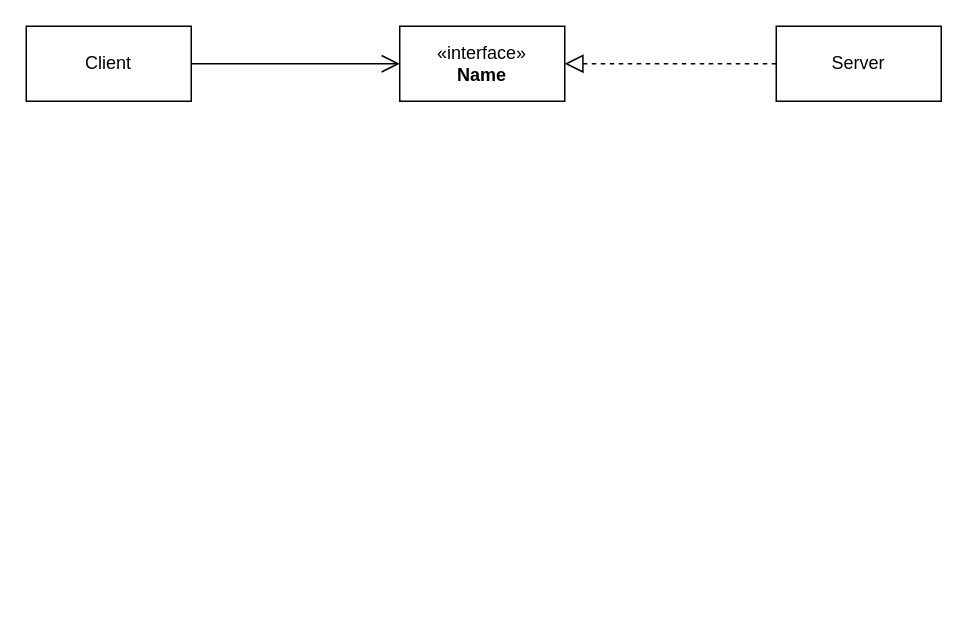
Above: Untitled Diagram.drawio in sunggooni/test (draw.io), before the change. Source tidied: cells renumbered, new cells numbered last; positions are measured from the earlier drawing's top-left corner, leaving out a move shared by most shapes. Both pictures are drawn from the tidied source at 150%, with x=0, y=0 at pixel (26, 26).
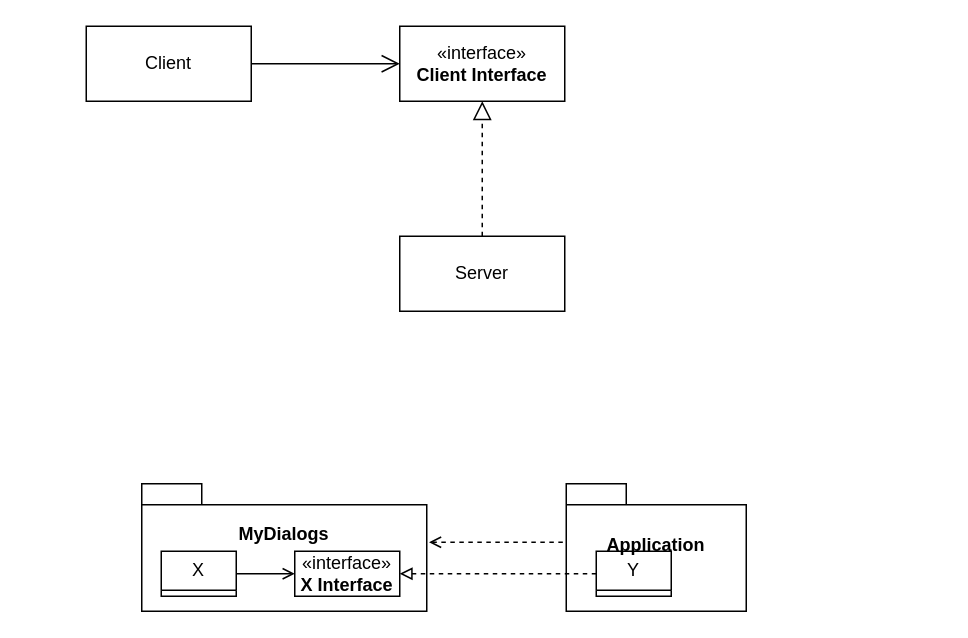
After the change.

Diff of the diagram source:
```diff
@@
 <mxGraphModel>
   <root>
     <mxCell id="0" />
     <mxCell id="1" parent="0" />
-    <mxCell id="2" value="&amp;laquo;interface&amp;raquo;&lt;br&gt;&lt;b&gt;Name&lt;/b&gt;" style="html=1;whiteSpace=wrap;" parent="1" vertex="1">
+    <mxCell id="2" value="«interface»&lt;br&gt;&lt;b&gt;Client Interface&lt;/b&gt;" style="html=1;whiteSpace=wrap;" parent="1" vertex="1">
       <mxGeometry x="249" width="110" height="50" as="geometry" />
     </mxCell>
     <mxCell id="3" style="edgeStyle=orthogonalEdgeStyle;rounded=0;jettySize=auto;html=1;endArrow=open;endFill=0;strokeWidth=1;endSize=10;" parent="1" edge="1" source="4" target="2">
       <mxGeometry relative="1" as="geometry" />
     </mxCell>
     <mxCell id="4" value="Client" style="html=1;whiteSpace=wrap;" parent="1" vertex="1">
-      <mxGeometry width="110" height="50" as="geometry" />
+      <mxGeometry x="40" width="110" height="50" as="geometry" />
     </mxCell>
     <mxCell id="5" style="edgeStyle=orthogonalEdgeStyle;rounded=0;jettySize=auto;html=1;endArrow=block;endFill=0;dashed=1;endSize=10;" parent="1" edge="1" source="6" target="2">
       <mxGeometry relative="1" as="geometry" />
     </mxCell>
     <mxCell id="6" value="Server" style="html=1;whiteSpace=wrap;" parent="1" vertex="1">
-      <mxGeometry x="500" width="110" height="50" as="geometry" />
+      <mxGeometry x="249" y="140" width="110" height="50" as="geometry" />
     </mxCell>
+    <mxCell id="7" style="edgeStyle=orthogonalEdgeStyle;rounded=0;jettySize=auto;html=1;dashed=1;endArrow=open;endFill=0;exitX=-0.019;exitY=0.459;exitDx=0;exitDy=0;exitPerimeter=0;entryX=1.008;entryY=0.459;entryDx=0;entryDy=0;entryPerimeter=0;" parent="1" edge="1" source="9" target="8">
+      <mxGeometry relative="1" as="geometry" />
+    </mxCell>
+    <mxCell id="8" value="MyDialogs&lt;br&gt;&lt;br&gt;&lt;br&gt;" style="shape=folder;fontStyle=1;spacingTop=10;tabWidth=40;tabHeight=14;tabPosition=left;html=1;whiteSpace=wrap;" parent="1" vertex="1">
+      <mxGeometry x="77" y="305" width="190" height="85" as="geometry" />
+    </mxCell>
+    <mxCell id="9" value="Application&lt;br&gt;&lt;br&gt;" style="shape=folder;fontStyle=1;spacingTop=10;tabWidth=40;tabHeight=14;tabPosition=left;html=1;whiteSpace=wrap;" parent="1" vertex="1">
+      <mxGeometry x="360" y="305" width="120" height="85" as="geometry" />
+    </mxCell>
+    <mxCell id="10" style="edgeStyle=orthogonalEdgeStyle;rounded=0;jettySize=auto;html=1;exitX=1;exitY=0.5;exitDx=0;exitDy=0;entryX=0;entryY=0.5;entryDx=0;entryDy=0;endArrow=open;endFill=0;" parent="1" edge="1" source="11" target="14">
+      <mxGeometry relative="1" as="geometry" />
+    </mxCell>
+    <mxCell id="11" value="X" style="swimlane;fontStyle=0;horizontal=1;startSize=26;fillColor=none;whiteSpace=wrap;html=1;" parent="1" vertex="1" collapsed="1">
+      <mxGeometry x="90" y="350" width="50" height="30" as="geometry" />
+    </mxCell>
+    <mxCell id="12" style="edgeStyle=orthogonalEdgeStyle;rounded=0;jettySize=auto;html=1;exitX=0;exitY=0.5;exitDx=0;exitDy=0;entryX=1;entryY=0.5;entryDx=0;entryDy=0;endArrow=block;endFill=0;dashed=1;" parent="1" edge="1" source="13" target="14">
+      <mxGeometry relative="1" as="geometry" />
+    </mxCell>
+    <mxCell id="13" value="Y" style="swimlane;fontStyle=0;horizontal=1;startSize=26;fillColor=none;whiteSpace=wrap;html=1;" parent="1" vertex="1" collapsed="1">
+      <mxGeometry x="380" y="350" width="50" height="30" as="geometry" />
+    </mxCell>
+    <mxCell id="14" value="«interface»&lt;br&gt;&lt;b&gt;X Interface&lt;/b&gt;" style="html=1;whiteSpace=wrap;" parent="1" vertex="1">
+      <mxGeometry x="179" y="350" width="70" height="30" as="geometry" />
+    </mxCell>
   </root>
 </mxGraphModel>
```
